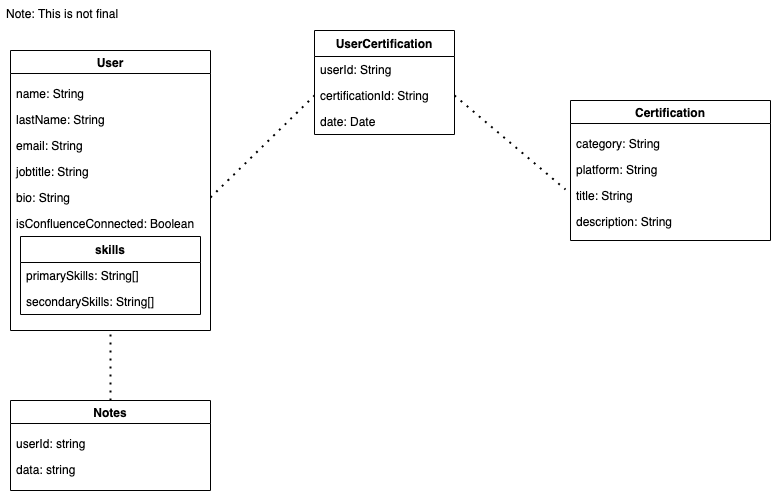
Earlier version of the draw.io export functions/documentation/database.png (capcodigital/learner-hub). Source tidied: cells renumbered, new cells last; positions are measured from the earlier drawing's top-left corner, leaving out a move shared by most shapes.
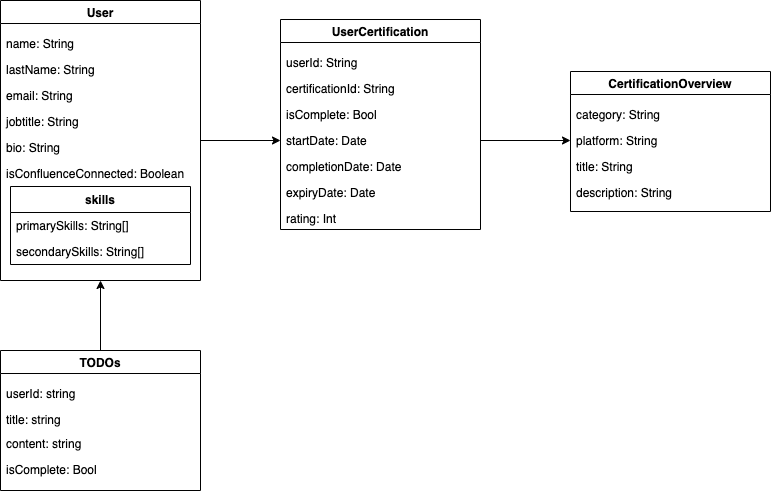
After the commit.

Diff of the diagram source:
```diff
@@ -2,6 +2,9 @@
   <root>
     <mxCell id="0" />
     <mxCell id="1" parent="0" />
+    <mxCell id="28" style="edgeStyle=orthogonalEdgeStyle;rounded=0;jettySize=auto;html=1;entryX=0;entryY=0.5;entryDx=0;entryDy=0;" parent="1" edge="1" source="2" target="35">
+      <mxGeometry relative="1" as="geometry" />
+    </mxCell>
     <mxCell id="2" value="User" style="swimlane;" parent="1" vertex="1">
       <mxGeometry x="10" y="50" width="200" height="280" as="geometry" />
     </mxCell>
@@ -32,17 +35,23 @@
     <mxCell id="11" value="isConfluenceConnected: Boolean" style="text;strokeColor=none;fillColor=none;align=left;verticalAlign=top;spacingLeft=4;spacingRight=4;overflow=hidden;" parent="2" vertex="1">
       <mxGeometry y="160" width="200" height="26" as="geometry" />
     </mxCell>
-    <mxCell id="12" value="Notes" style="swimlane;" parent="1" vertex="1">
-      <mxGeometry x="10" y="400" width="200" height="90" as="geometry" />
+    <mxCell id="12" value="TODOs" style="swimlane;" parent="1" vertex="1">
+      <mxGeometry x="10" y="400" width="200" height="140" as="geometry" />
     </mxCell>
     <mxCell id="13" value="userId: string" style="text;strokeColor=none;fillColor=none;align=left;verticalAlign=top;spacingLeft=4;spacingRight=4;overflow=hidden;" parent="12" vertex="1">
       <mxGeometry y="30" width="200" height="26" as="geometry" />
     </mxCell>
-    <mxCell id="14" value="data: string" style="text;strokeColor=none;fillColor=none;align=left;verticalAlign=top;spacingLeft=4;spacingRight=4;overflow=hidden;" parent="12" vertex="1">
+    <mxCell id="14" value="title: string" style="text;strokeColor=none;fillColor=none;align=left;verticalAlign=top;spacingLeft=4;spacingRight=4;overflow=hidden;" parent="12" vertex="1">
       <mxGeometry y="56" width="200" height="26" as="geometry" />
     </mxCell>
+    <mxCell id="29" value="content: string" style="text;strokeColor=none;fillColor=none;align=left;verticalAlign=top;spacingLeft=4;spacingRight=4;overflow=hidden;" parent="12" vertex="1">
+      <mxGeometry y="80" width="200" height="26" as="geometry" />
+    </mxCell>
+    <mxCell id="30" value="isComplete: Bool" style="text;strokeColor=none;fillColor=none;align=left;verticalAlign=top;spacingLeft=4;spacingRight=4;overflow=hidden;" parent="12" vertex="1">
+      <mxGeometry y="106" width="200" height="26" as="geometry" />
+    </mxCell>
-    <mxCell id="15" value="Certification" style="swimlane;" parent="1" vertex="1">
-      <mxGeometry x="570" y="100" width="200" height="140" as="geometry" />
+    <mxCell id="15" value="CertificationOverview" style="swimlane;" parent="1" vertex="1">
+      <mxGeometry x="580" y="121" width="200" height="140" as="geometry" />
     </mxCell>
     <mxCell id="16" value="category: String" style="text;strokeColor=none;fillColor=none;align=left;verticalAlign=top;spacingLeft=4;spacingRight=4;overflow=hidden;" parent="15" vertex="1">
       <mxGeometry y="30" width="200" height="26" as="geometry" />
@@ -56,29 +65,35 @@
     <mxCell id="19" value="description: String&#10;" style="text;strokeColor=none;fillColor=none;align=left;verticalAlign=top;spacingLeft=4;spacingRight=4;overflow=hidden;" parent="15" vertex="1">
       <mxGeometry y="108" width="200" height="26" as="geometry" />
     </mxCell>
-    <mxCell id="20" style="endArrow=none;dashed=1;html=1;dashPattern=1 3;strokeWidth=2;exitX=1;exitY=0.5;exitDx=0;exitDy=0;entryX=0;entryY=0.5;entryDx=0;entryDy=0;" parent="1" edge="1" source="6" target="24">
-      <mxGeometry relative="1" as="geometry" />
-    </mxCell>
-    <mxCell id="21" style="endArrow=none;dashed=1;html=1;dashPattern=1 3;strokeWidth=2;entryX=0.5;entryY=1;entryDx=0;entryDy=0;" parent="1" edge="1" source="12" target="2">
-      <mxGeometry relative="1" as="geometry" />
-    </mxCell>
-    <mxCell id="22" value="UserCertification" style="swimlane;fontStyle=1;horizontal=1;startSize=26;" parent="1" vertex="1">
-      <mxGeometry x="314" y="30" width="140" height="104" as="geometry" />
+    <mxCell id="22" value="UserCertification" style="swimlane;" parent="1" vertex="1">
+      <mxGeometry x="290" y="69" width="200" height="210" as="geometry" />
     </mxCell>
     <mxCell id="23" value="userId: String" style="text;strokeColor=none;fillColor=none;align=left;verticalAlign=top;spacingLeft=4;spacingRight=4;overflow=hidden;" parent="22" vertex="1">
-      <mxGeometry y="26" width="140" height="26" as="geometry" />
+      <mxGeometry y="30" width="200" height="26" as="geometry" />
     </mxCell>
     <mxCell id="24" value="certificationId: String" style="text;strokeColor=none;fillColor=none;align=left;verticalAlign=top;spacingLeft=4;spacingRight=4;overflow=hidden;points=[[0,0.5],[1,0.5]];portConstraint=eastwest;" parent="22" vertex="1">
-      <mxGeometry y="52" width="140" height="26" as="geometry" />
+      <mxGeometry y="56" width="200" height="26" as="geometry" />
     </mxCell>
-    <mxCell id="25" value="date: Date" style="text;strokeColor=none;fillColor=none;align=left;verticalAlign=top;spacingLeft=4;spacingRight=4;overflow=hidden;" parent="22" vertex="1">
-      <mxGeometry y="78" width="140" height="26" as="geometry" />
-    </mxCell>
-    <mxCell id="26" style="endArrow=none;dashed=1;html=1;dashPattern=1 3;strokeWidth=2;exitX=1;exitY=0.5;exitDx=0;exitDy=0;entryX=-0.025;entryY=0.269;entryDx=0;entryDy=0;entryPerimeter=0;" parent="1" edge="1" source="24" target="18">
-      <mxGeometry relative="1" as="geometry" />
-    </mxCell>
-    <mxCell id="27" value="Note: This is not final" style="text;strokeColor=none;fillColor=none;align=left;verticalAlign=top;spacingLeft=4;spacingRight=4;overflow=hidden;" parent="1" vertex="1">
-      <mxGeometry width="170" height="26" as="geometry" />
-    </mxCell>
+    <mxCell id="31" value="isComplete: Bool&#10;" style="text;strokeColor=none;fillColor=none;align=left;verticalAlign=top;spacingLeft=4;spacingRight=4;overflow=hidden;" parent="22" vertex="1">
+      <mxGeometry y="82" width="200" height="26" as="geometry" />
+    </mxCell>
+    <mxCell id="32" value="completionDate: Date&#10;" style="text;strokeColor=none;fillColor=none;align=left;verticalAlign=top;spacingLeft=4;spacingRight=4;overflow=hidden;" parent="22" vertex="1">
+      <mxGeometry y="134" width="200" height="26" as="geometry" />
+    </mxCell>
+    <mxCell id="33" value="expiryDate: Date&#10;" style="text;strokeColor=none;fillColor=none;align=left;verticalAlign=top;spacingLeft=4;spacingRight=4;overflow=hidden;" parent="22" vertex="1">
+      <mxGeometry y="160" width="200" height="26" as="geometry" />
+    </mxCell>
+    <mxCell id="34" value="rating: Int&#10;" style="text;strokeColor=none;fillColor=none;align=left;verticalAlign=top;spacingLeft=4;spacingRight=4;overflow=hidden;" parent="22" vertex="1">
+      <mxGeometry y="186" width="200" height="26" as="geometry" />
+    </mxCell>
+    <mxCell id="35" value="startDate: Date&#10;" style="text;strokeColor=none;fillColor=none;align=left;verticalAlign=top;spacingLeft=4;spacingRight=4;overflow=hidden;points=[[0,0.5],[1,0.5]];portConstraint=eastwest;" parent="22" vertex="1">
+      <mxGeometry y="108" width="200" height="26" as="geometry" />
+    </mxCell>
+    <mxCell id="36" style="edgeStyle=orthogonalEdgeStyle;rounded=0;jettySize=auto;html=1;entryX=0;entryY=0.5;entryDx=0;entryDy=0;exitX=1;exitY=0.5;exitDx=0;exitDy=0;" parent="1" edge="1" source="35" target="17">
+      <mxGeometry relative="1" as="geometry" />
+    </mxCell>
+    <mxCell id="21" style="edgeStyle=orthogonalEdgeStyle;rounded=0;jettySize=auto;html=1;exitX=0.5;exitY=0;exitDx=0;exitDy=0;entryX=0.5;entryY=1;entryDx=0;entryDy=0;" parent="1" edge="1" source="12" target="2">
+      <mxGeometry relative="1" as="geometry" />
+    </mxCell>
   </root>
 </mxGraphModel>
```
